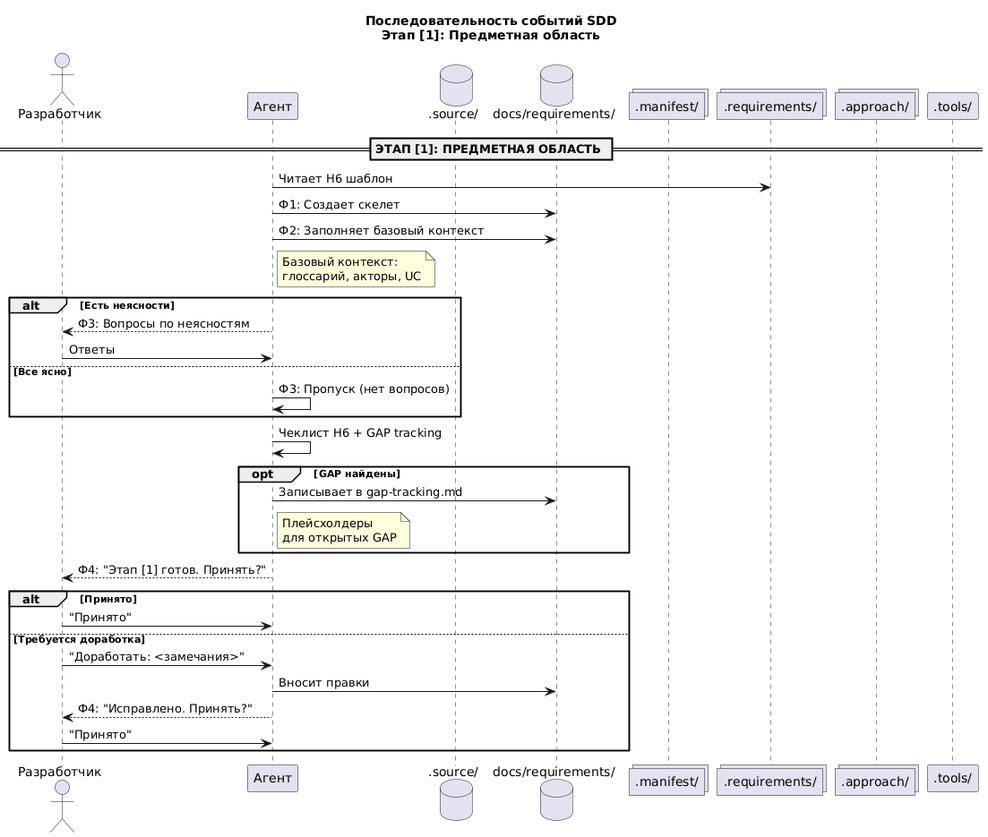
The PlantUML diagram .diagrams/SDD-Sequence-02.png in Druk83/sdd-template, before a commit. Its diagram source:
```plantuml
@startuml SDD-Sequence-02-Stage1-Subject
    title Последовательность событий SDD\nЭтап [1]: Предметная область

    actor "Разработчик" as Dev
    participant "Агент" as Agent
    database ".source/" as Source
    database "docs/requirements/" as Docs
    collections ".manifest/" as Manifest
    collections ".requirements/" as Templates
    collections ".approach/" as Approach
    participant ".tools/" as Tools

    == ЭТАП [1]: ПРЕДМЕТНАЯ ОБЛАСТЬ ==

    Agent -> Templates: Читает H6 шаблон
    Agent -> Docs: Ф1: Создает скелет
    Agent -> Docs: Ф2: Заполняет базовый контекст
    note right of Agent: Базовый контекст:\nглоссарий, акторы, UC
    alt Есть неясности
        Agent --> Dev: Ф3: Вопросы по неясностям
        Dev -> Agent: Ответы
    else Все ясно
        Agent -> Agent: Ф3: Пропуск (нет вопросов)
    end
    Agent -> Agent: Чеклист H6 + GAP tracking
    opt GAP найдены
        Agent -> Docs: Записывает в gap-tracking.md
        note right of Agent: Плейсхолдеры\nдля открытых GAP
    end
    Agent --> Dev: Ф4: "Этап [1] готов. Принять?"
    alt Принято
        Dev -> Agent: "Принято"
    else Требуется доработка
        Dev -> Agent: "Доработать: <замечания>"
        Agent -> Docs: Вносит правки
        Agent --> Dev: Ф4: "Исправлено. Принять?"
        Dev -> Agent: "Принято"
    end



@enduml
```
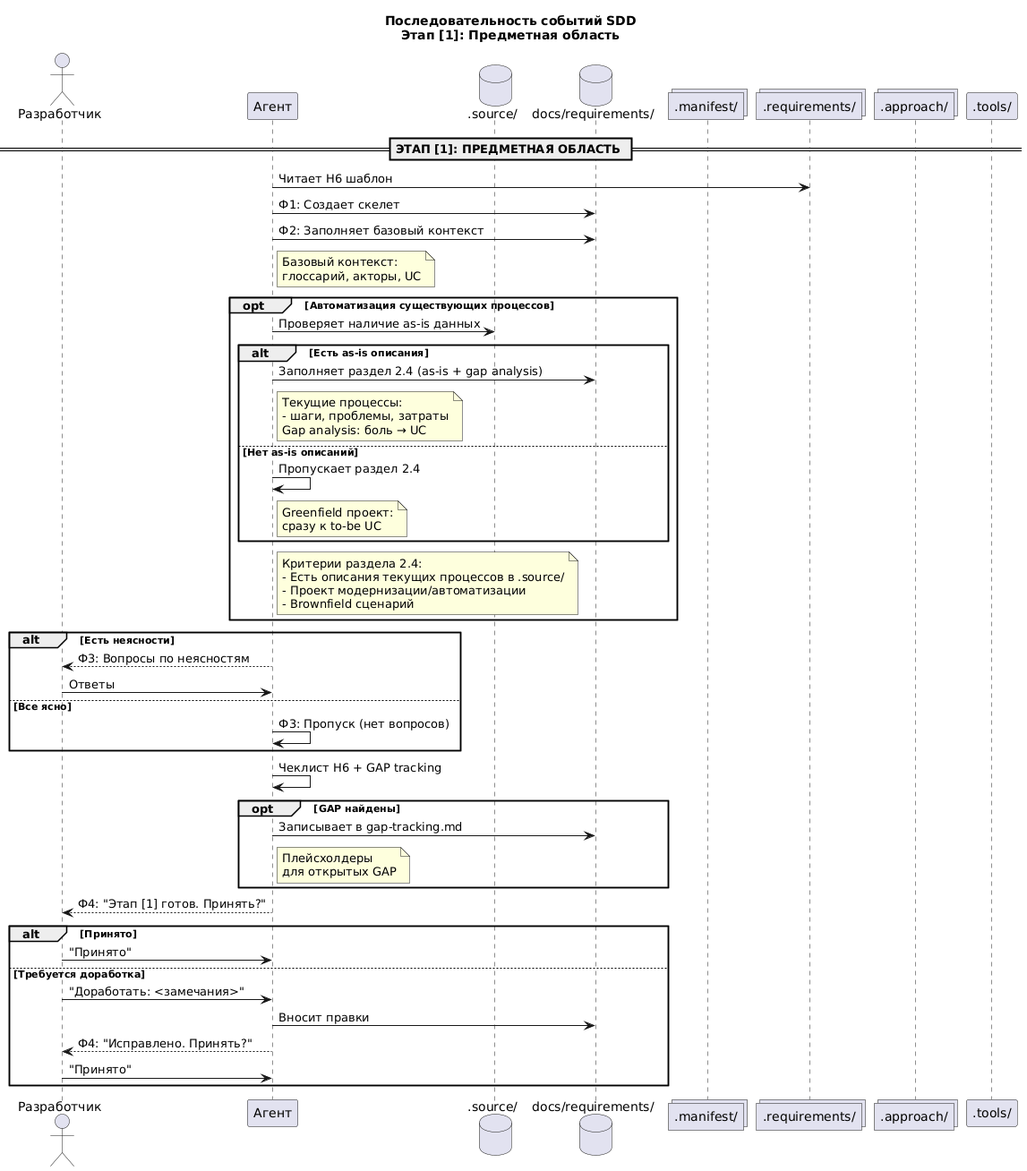
The same file after the commit.

Diff of the diagram source:
```diff
@@ -16,6 +16,28 @@
     Agent -> Docs: Ф1: Создает скелет
     Agent -> Docs: Ф2: Заполняет базовый контекст
     note right of Agent: Базовый контекст:\nглоссарий, акторы, UC
+
+    opt Автоматизация существующих процессов
+        Agent -> Source: Проверяет наличие as-is данных
+        alt Есть as-is описания
+            Agent -> Docs: Заполняет раздел 2.4 (as-is + gap analysis)
+            note right of Agent
+            Текущие процессы:
+            - шаги, проблемы, затраты
+            Gap analysis: боль → UC
+            end note
+        else Нет as-is описаний
+            Agent -> Agent: Пропускает раздел 2.4
+            note right of Agent: Greenfield проект:\nсразу к to-be UC
+        end
+        note right of Agent
+        Критерии раздела 2.4:
+        - Есть описания текущих процессов в .source/
+        - Проект модернизации/автоматизации
+        - Brownfield сценарий
+        end note
+    end
+
     alt Есть неясности
         Agent --> Dev: Ф3: Вопросы по неясностям
         Dev -> Agent: Ответы
```
